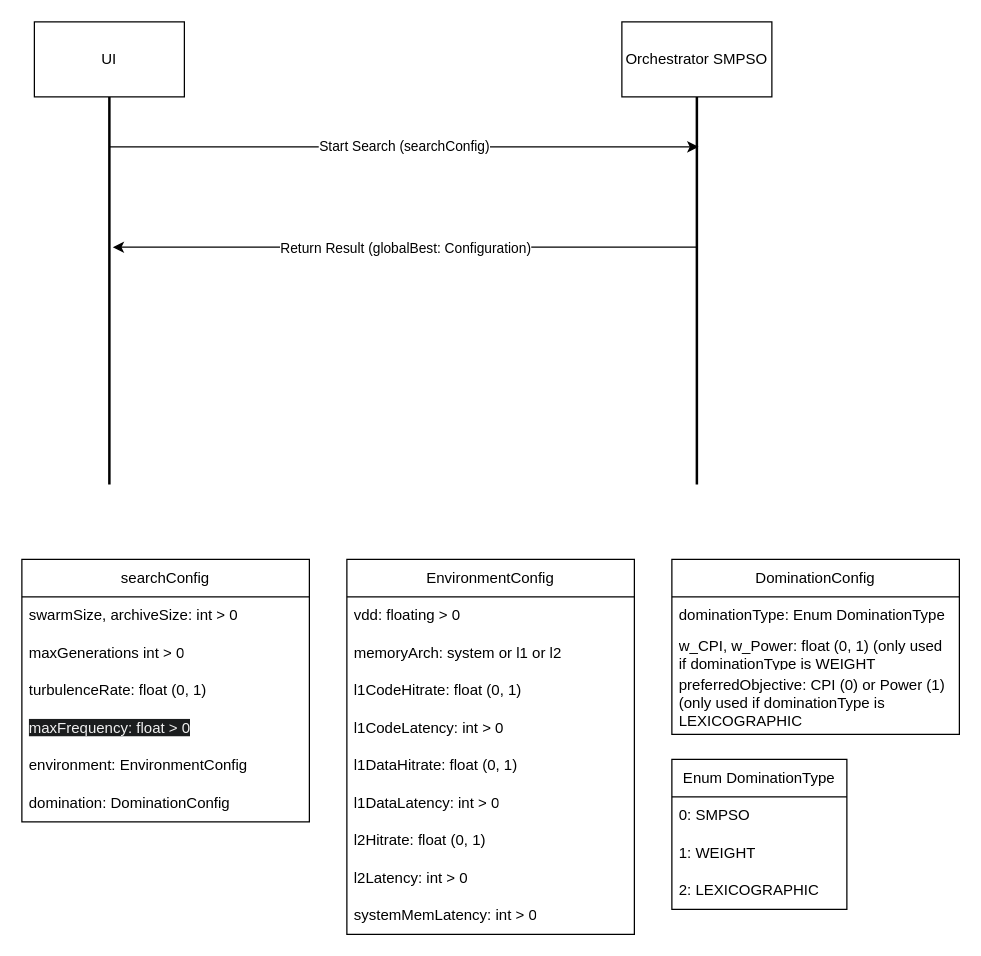
Before: page "SMPSO" (1 of 2) of scheme/UI-Orchestrator.drawio in R-a-d-u/PSATSimSimulation, a draw.io diagram. Source tidied: cells renumbered, new cells numbered last; positions are measured from the earlier drawing's top-left corner, leaving out a move shared by most shapes. Both pictures are drawn from the tidied source at 125%, with x=0, y=0 at pixel (21, 21).
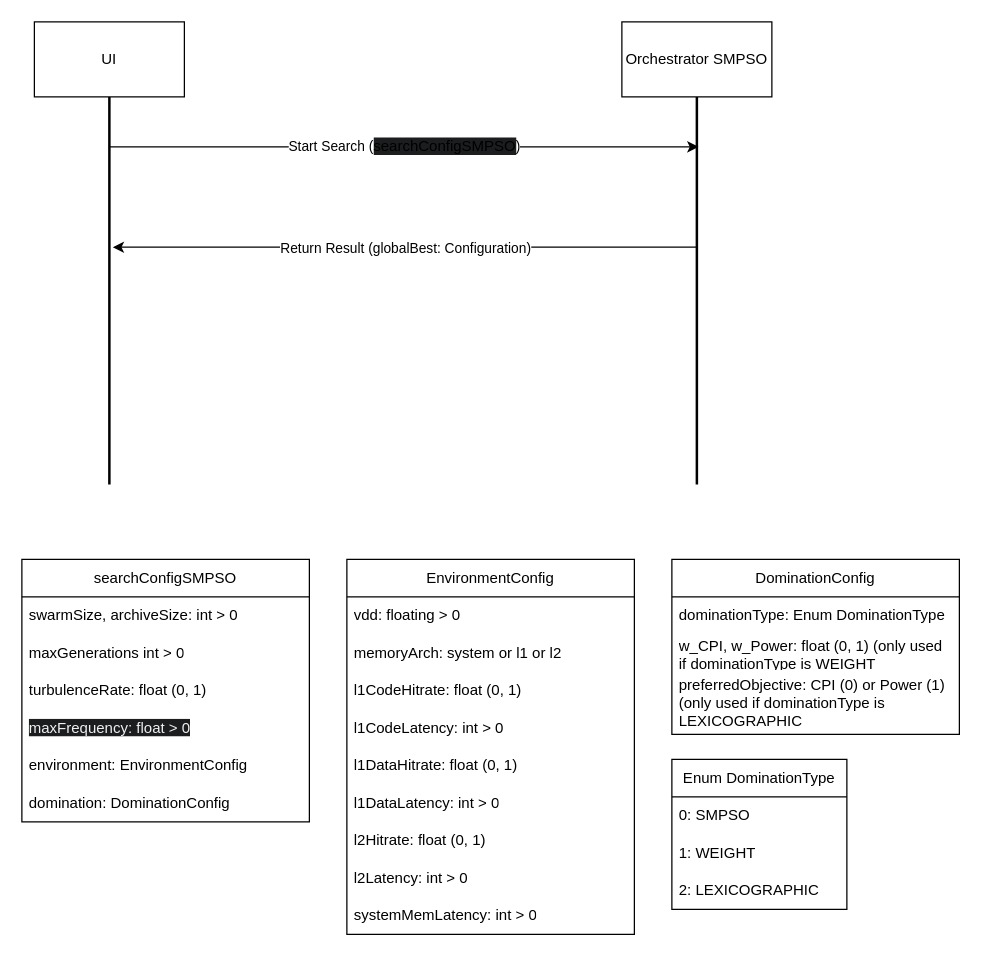
The same page after the edit.

The change refers to these unchanged cells:
```xml
<mxCell id="6" style="endArrow=classic;html=1;rounded=0;entryX=0.129;entryY=0.371;entryDx=0;entryDy=0;entryPerimeter=0;" parent="1" edge="1" target="5">
  <mxGeometry relative="1" as="geometry">
    <mxPoint x="70" y="100" as="sourcePoint" />
  </mxGeometry>
</mxCell>
```

What changed in the source:
```diff
@@
-    <mxCell id="7" value="Start Search (searchConfig)" style="edgeLabel;html=1;align=center;verticalAlign=middle;" parent="6" vertex="1">
+    <mxCell id="7" value="Start Search (&lt;span style=&quot;font-size: 12px; text-wrap: wrap; background-color: rgb(27, 29, 30);&quot;&gt;searchConfigSMPSO&lt;/span&gt;)" style="edgeLabel;html=1;align=center;verticalAlign=middle;" parent="6" vertex="1">
       <mxGeometry relative="1" as="geometry" />
     </mxCell>
@@
-    <mxCell id="10" value="searchConfig" style="swimlane;fontStyle=0;horizontal=1;startSize=30;whiteSpace=wrap;html=1;" parent="1" vertex="1">
+    <mxCell id="10" value="searchConfigSMPSO" style="swimlane;fontStyle=0;horizontal=1;startSize=30;whiteSpace=wrap;html=1;" parent="1" vertex="1">
       <mxGeometry y="430" width="230" height="210" as="geometry" />
     </mxCell>
```
